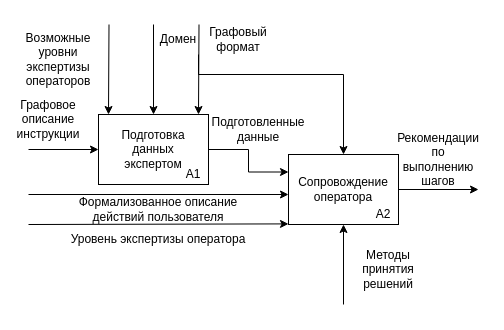
Earlier version of the draw.io diagram report/inc/img/idef0_x.drawio (Jarozin/diplom). Source tidied: cells renumbered, new cells numbered last; positions are measured from the earlier drawing's top-left corner, leaving out a move shared by most shapes. Both pictures are drawn from the tidied source at 100%, with x=0, y=0 at pixel (18, 24).
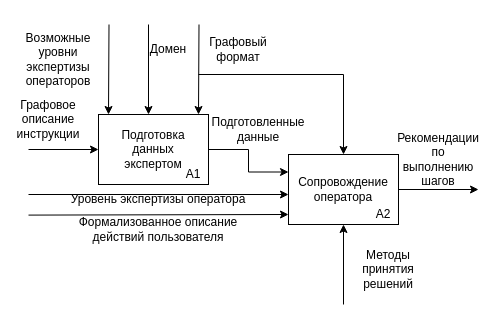
The same page after the edit.

The change refers to these unchanged cells:
```xml
<mxCell id="3" style="rounded=0;whiteSpace=wrap;html=1;" parent="2" vertex="1">
  <mxGeometry width="110" height="70" as="geometry" />
</mxCell>
<mxCell id="7" style="rounded=0;whiteSpace=wrap;html=1;" parent="6" vertex="1">
  <mxGeometry width="110" height="70" as="geometry" />
</mxCell>
```

What changed in the source:
```diff
@@
     <mxCell id="17" value="Ф&lt;span style=&quot;background-color: transparent; color: light-dark(rgb(0, 0, 0), rgb(255, 255, 255));&quot;&gt;ормализованное описание действий пользователя&lt;/span&gt;" style="text;html=1;align=center;verticalAlign=middle;whiteSpace=wrap;rounded=0;" parent="1" vertex="1">
-      <mxGeometry x="55" y="170" width="170" height="30" as="geometry" />
+      <mxGeometry x="55" y="190" width="170" height="30" as="geometry" />
     </mxCell>
@@
     <mxCell id="20" value="Графовый формат" style="text;html=1;align=center;verticalAlign=middle;whiteSpace=wrap;rounded=0;" parent="1" vertex="1">
-      <mxGeometry x="190" width="60" height="30" as="geometry" />
+      <mxGeometry x="190" y="10" width="60" height="30" as="geometry" />
     </mxCell>
     <mxCell id="21" value="Домен" style="text;html=1;align=center;verticalAlign=middle;whiteSpace=wrap;rounded=0;" parent="1" vertex="1">
-      <mxGeometry x="130" width="60" height="30" as="geometry" />
+      <mxGeometry x="120" y="10" width="60" height="30" as="geometry" />
     </mxCell>
     <mxCell id="22" style="endArrow=classic;html=1;rounded=0;entryX=0.5;entryY=0;entryDx=0;entryDy=0;edgeStyle=orthogonalEdgeStyle;" parent="1" edge="1" target="3">
       <mxGeometry relative="1" as="geometry">
-        <mxPoint x="180" y="30" as="sourcePoint" />
+        <mxPoint x="180" y="50" as="sourcePoint" />
         <Array as="points">
-          <mxPoint x="180" y="30" />
           <mxPoint x="180" y="50" />
           <mxPoint x="325" y="50" />
         </Array>
       </mxGeometry>
     </mxCell>
-    <mxCell id="23" style="endArrow=classic;html=1;rounded=0;entryX=0.5;entryY=0;entryDx=0;entryDy=0;" parent="1" edge="1" target="7">
+    <mxCell id="23" style="endArrow=classic;html=1;rounded=0;entryX=0.5;entryY=0;entryDx=0;entryDy=0;" parent="1" edge="1">
       <mxGeometry relative="1" as="geometry">
-        <mxPoint x="135" as="sourcePoint" />
+        <mxPoint x="130" as="sourcePoint" />
+        <mxPoint x="130" y="90" as="targetPoint" />
       </mxGeometry>
     </mxCell>
@@
     <mxCell id="25" style="endArrow=classic;html=1;rounded=0;" parent="1" edge="1">
       <mxGeometry relative="1" as="geometry">
-        <mxPoint x="10" y="200" as="sourcePoint" />
-        <mxPoint x="270" y="199.4" as="targetPoint" />
+        <mxPoint x="10" y="190.6" as="sourcePoint" />
+        <mxPoint x="270" y="190" as="targetPoint" />
       </mxGeometry>
     </mxCell>
     <mxCell id="26" value="Уровень экспертизы оператора" style="text;html=1;align=center;verticalAlign=middle;whiteSpace=wrap;rounded=0;" parent="1" vertex="1">
-      <mxGeometry x="30" y="200" width="220" height="30" as="geometry" />
+      <mxGeometry x="30" y="160" width="220" height="30" as="geometry" />
     </mxCell>
```
